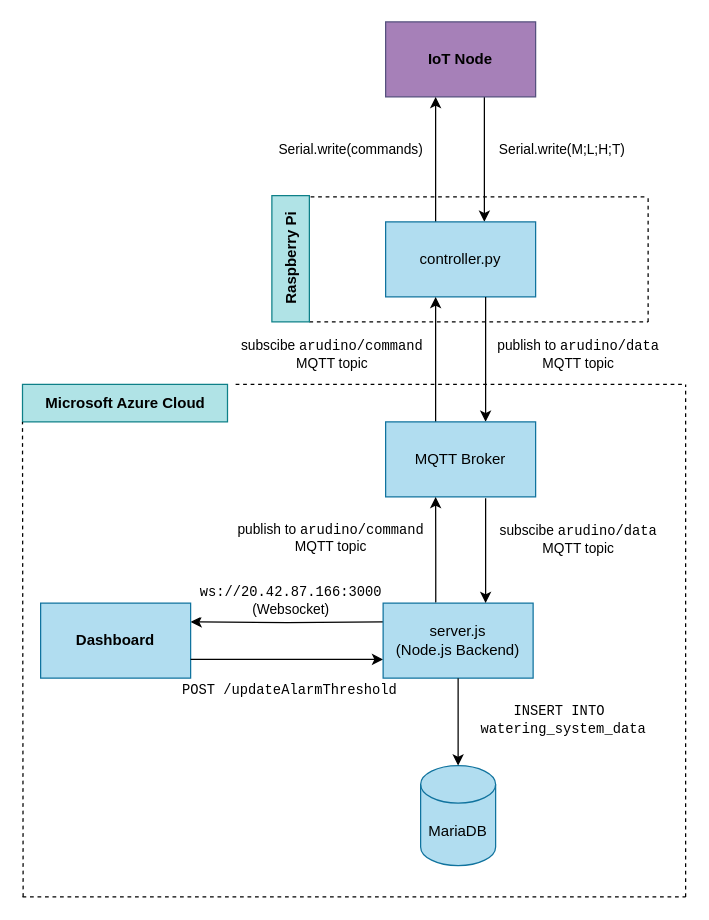
This is report/Raspberry.drawio from FabianSig/Swinburne-SWE30011-Group-Assignment, a draw.io file, before an edit. Source tidied: cells renumbered, new cells numbered last; positions are measured from the earlier drawing's top-left corner, leaving out a move shared by most shapes. Both pictures are drawn from the tidied source at 125%, with x=0, y=0 at pixel (22, 21).
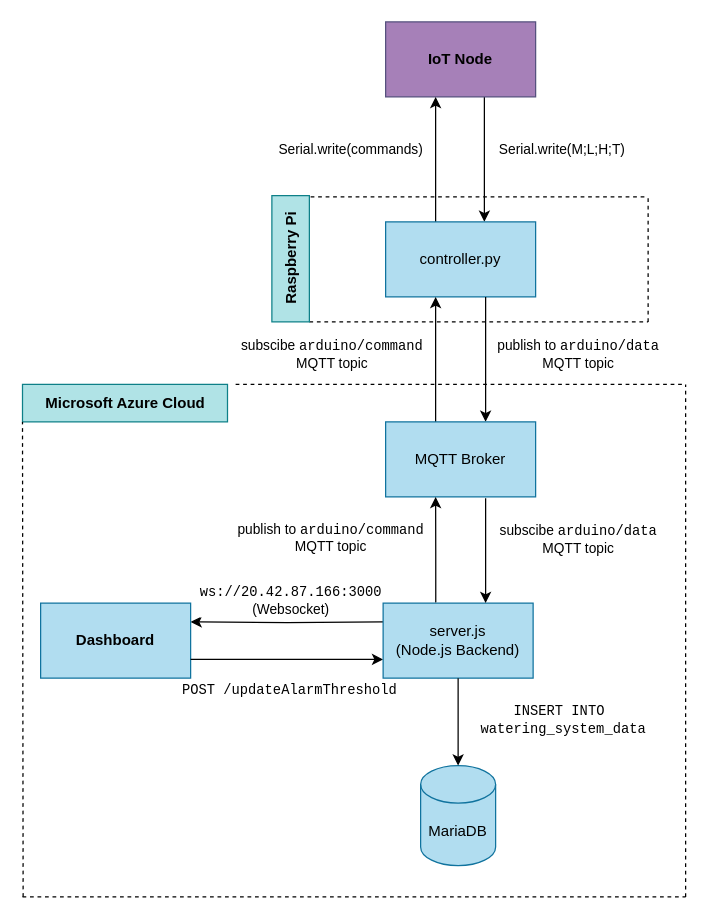
After the change.

The change refers to these unchanged cells:
```xml
<mxCell id="27" style="edgeStyle=orthogonalEdgeStyle;rounded=0;jettySize=auto;html=1;entryX=0.25;entryY=1;entryDx=0;entryDy=0;exitX=0.351;exitY=-0.01;exitDx=0;exitDy=0;exitPerimeter=0;" parent="1" edge="1" source="17">
  <mxGeometry relative="1" as="geometry">
    <mxPoint x="330" y="380" as="targetPoint" />
  </mxGeometry>
</mxCell>
<mxCell id="29" style="edgeStyle=orthogonalEdgeStyle;rounded=0;orthogonalLoop=1;jettySize=auto;html=1;entryX=0.25;entryY=1;entryDx=0;entryDy=0;exitX=0.351;exitY=-0.01;exitDx=0;exitDy=0;exitPerimeter=0;startArrow=classic;startFill=1;endArrow=none;endFill=0;" parent="1" edge="1">
  <mxGeometry relative="1" as="geometry">
    <mxPoint x="370" y="465" as="sourcePoint" />
    <mxPoint x="370" y="381" as="targetPoint" />
  </mxGeometry>
</mxCell>
```

Diff of the diagram source:
```diff
@@
-    <mxCell id="25" value="publish to&amp;nbsp;&lt;font style=&quot;&quot; face=&quot;monospace&quot;&gt;ar&lt;/font&gt;&lt;font style=&quot;&quot; face=&quot;monospace&quot;&gt;udino/data&lt;/font&gt;&lt;div&gt;MQTT topic&lt;/div&gt;" style="edgeLabel;html=1;align=center;verticalAlign=middle;" parent="1" vertex="1">
+    <mxCell id="25" value="publish to&amp;nbsp;&lt;font style=&quot;&quot; face=&quot;monospace&quot;&gt;ardu&lt;/font&gt;&lt;font style=&quot;&quot; face=&quot;monospace&quot;&gt;ino/data&lt;/font&gt;&lt;div&gt;MQTT topic&lt;/div&gt;" style="edgeLabel;html=1;align=center;verticalAlign=middle;" parent="1" vertex="1">
       <mxGeometry x="448" y="267" as="geometry">
         <mxPoint x="-5" y="-2" as="offset" />
       </mxGeometry>
     </mxCell>
-    <mxCell id="26" value="subscibe &lt;font face=&quot;monospace&quot;&gt;arudino/command&lt;/font&gt;&lt;div&gt;MQTT topic&lt;/div&gt;" style="edgeLabel;html=1;align=center;verticalAlign=middle;" parent="1" vertex="1">
+    <mxCell id="26" value="subscibe &lt;font face=&quot;monospace&quot;&gt;arduino/command&lt;/font&gt;&lt;div&gt;MQTT topic&lt;/div&gt;" style="edgeLabel;html=1;align=center;verticalAlign=middle;" parent="1" vertex="1">
       <mxGeometry x="246" y="265" as="geometry" />
     </mxCell>
@@
-    <mxCell id="28" value="publish to&amp;nbsp;&lt;font face=&quot;monospace&quot;&gt;ar&lt;/font&gt;&lt;font face=&quot;monospace&quot;&gt;udino/command&lt;/font&gt;&lt;div&gt;MQTT topic&lt;/div&gt;" style="edgeLabel;html=1;align=center;verticalAlign=middle;" parent="27" vertex="1">
+    <mxCell id="28" value="publish to&amp;nbsp;&lt;font face=&quot;monospace&quot;&gt;ar&lt;/font&gt;&lt;font face=&quot;monospace&quot;&gt;duino/command&lt;/font&gt;&lt;div&gt;MQTT topic&lt;/div&gt;" style="edgeLabel;html=1;align=center;verticalAlign=middle;" parent="27" vertex="1">
       <mxGeometry x="-0.02" y="4" relative="1" as="geometry">
         <mxPoint x="-81" y="-10" as="offset" />
       </mxGeometry>
     </mxCell>
@@
-    <mxCell id="30" value="subscibe&amp;nbsp;&lt;font face=&quot;monospace&quot;&gt;arudino/data&lt;/font&gt;&lt;div&gt;MQTT topic&lt;/div&gt;" style="edgeLabel;html=1;align=center;verticalAlign=middle;" parent="29" vertex="1">
+    <mxCell id="30" value="subscibe&amp;nbsp;&lt;font face=&quot;monospace&quot;&gt;arduino/data&lt;/font&gt;&lt;div&gt;MQTT topic&lt;/div&gt;" style="edgeLabel;html=1;align=center;verticalAlign=middle;" parent="29" vertex="1">
       <mxGeometry x="0.2" y="-1" relative="1" as="geometry">
         <mxPoint x="72" y="-2" as="offset" />
       </mxGeometry>
     </mxCell>
```
